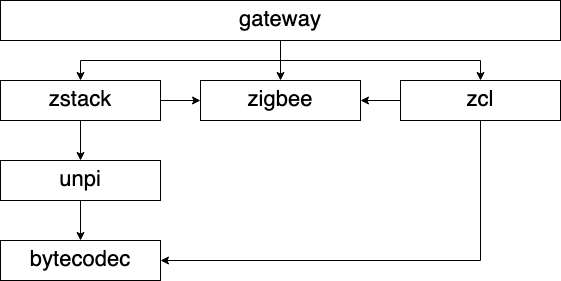
shimmeringbee/shimmeringbee.io keeps this draw.io diagram as static/imgs/docs/introduction/controller-stack.png. Above is the earlier version. Source tidied: cells renumbered, new cells last; positions are measured from the earlier drawing's top-left corner, leaving out a move shared by most shapes.
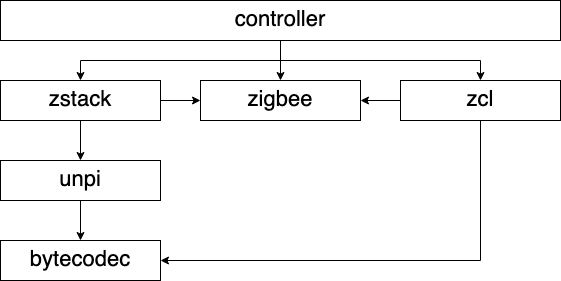
After the change.

Commit message:
Correct diagram to have controller rather than gateway.

Diff of the diagram source:
```diff
@@ -11,7 +11,7 @@
     <mxCell id="4" style="edgeStyle=orthogonalEdgeStyle;rounded=0;jettySize=auto;html=1;" parent="1" edge="1" source="5" target="9">
       <mxGeometry relative="1" as="geometry" />
     </mxCell>
-    <mxCell id="5" value="&lt;div&gt;gateway&lt;/div&gt;" style="rounded=0;whiteSpace=wrap;html=1;fontSize=22;" parent="1" vertex="1">
+    <mxCell id="5" value="&lt;div&gt;controller&lt;/div&gt;" style="rounded=0;whiteSpace=wrap;html=1;fontSize=22;" parent="1" vertex="1">
       <mxGeometry width="560" height="40" as="geometry" />
     </mxCell>
     <mxCell id="6" style="edgeStyle=orthogonalEdgeStyle;rounded=0;jettySize=auto;html=1;" parent="1" edge="1" source="7" target="8">
```
